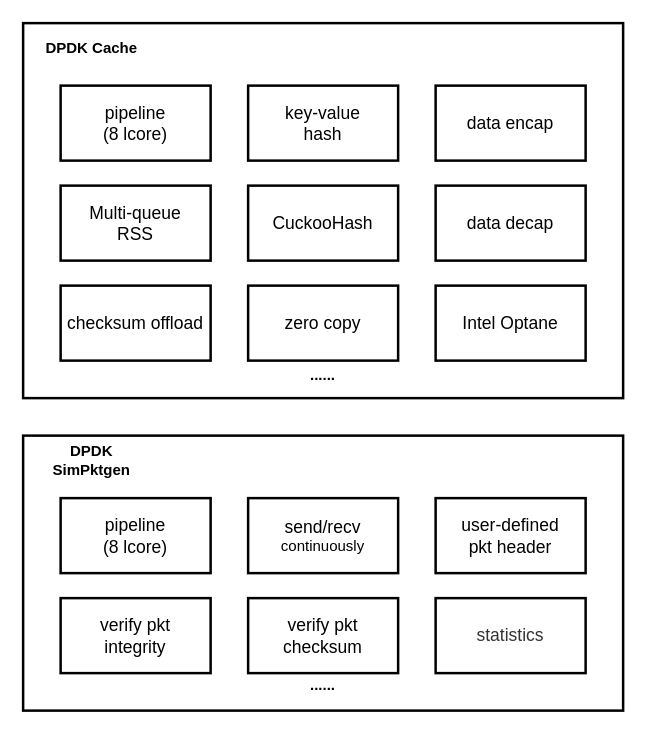
Earlier version of the draw.io diagram dpdkcachemodule.drawio (ctimbai/draw.io). Source tidied: cells renumbered, new cells numbered last; positions are measured from the earlier drawing's top-left corner, leaving out a move shared by most shapes. Both pictures are drawn from the tidied source at 125%, with x=0, y=0 at pixel (22, 22).
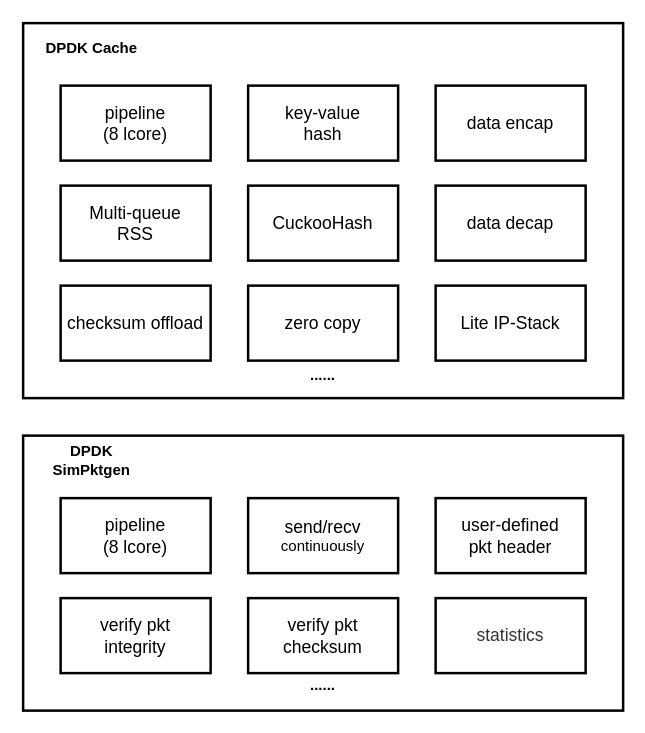
The same diagram, later.

Diff of the diagram source:
```diff
@@
-    <mxCell id="2" style="rounded=0;whiteSpace=wrap;html=1;strokeWidth=2;" parent="1" vertex="1">
+    <mxCell id="2" style="rounded=0;whiteSpace=wrap;html=1;strokeWidth=2;glass=0;comic=0;shadow=0;" parent="1" vertex="1">
       <mxGeometry width="480" height="300" as="geometry" />
     </mxCell>
@@
-    <mxCell id="10" value="&lt;font style=&quot;font-size: 14px&quot;&gt;Intel Optane&lt;br&gt;&lt;/font&gt;" style="rounded=0;whiteSpace=wrap;html=1;strokeWidth=2;" parent="1" vertex="1">
+    <mxCell id="10" value="&lt;font style=&quot;font-size: 14px&quot;&gt;Lite IP-Stack&lt;br&gt;&lt;/font&gt;" style="rounded=0;whiteSpace=wrap;html=1;strokeWidth=2;" parent="1" vertex="1">
       <mxGeometry x="330" y="210" width="120" height="60" as="geometry" />
     </mxCell>
```
